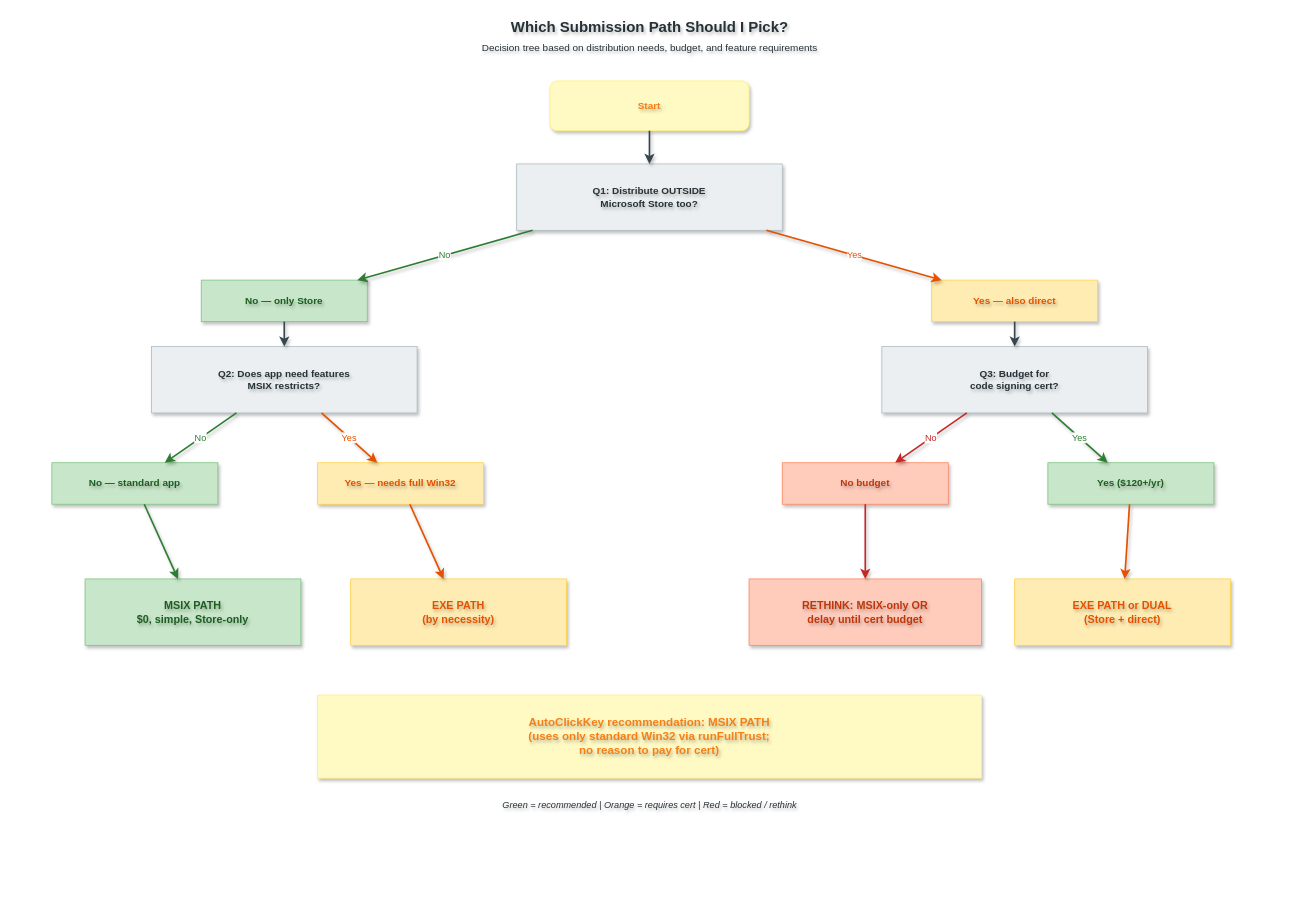
Earlier version of the draw.io diagram 2-generated/04-decision-tree.drawio (MrParkerZ7/document-microsoft-store-workflow). Source tidied: cells renumbered, new cells numbered last; positions are measured from the earlier drawing's top-left corner, leaving out a move shared by most shapes. Both pictures are drawn from the tidied source at 83%, with x=0, y=0 at pixel (18, 14).
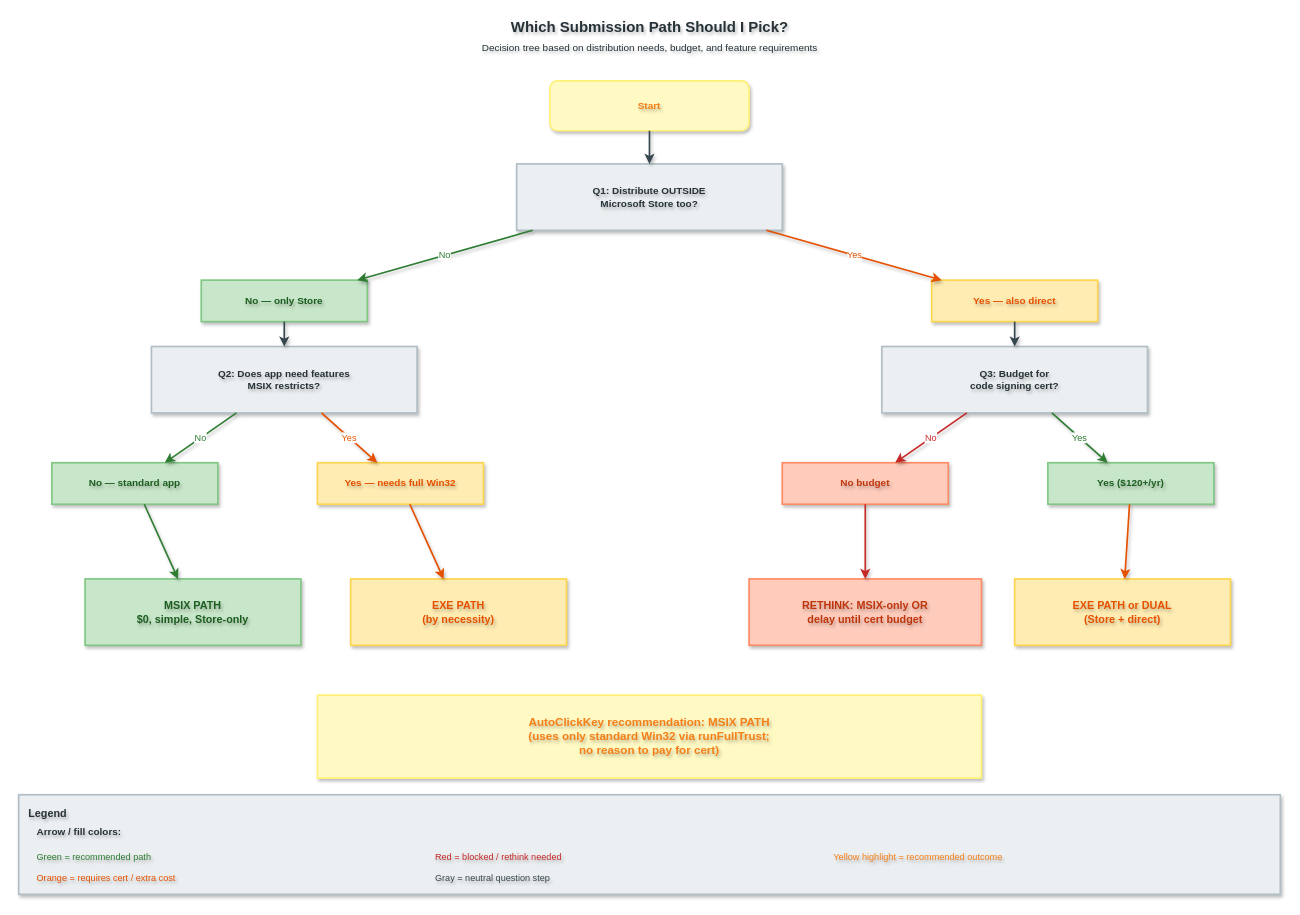
After the change.

Change to the diagram source:
```diff
@@
-    <mxCell id="4" value="Start" style="rounded=1;whiteSpace=wrap;html=1;fillColor=#FFF9C4;strokeColor=#FFF176;fontColor=#F57F17;fontSize=12;fontStyle=1;shadow=1;textShadow=1;align=center;verticalAlign=middle;sketch=0;" parent="1" vertex="1">
+    <mxCell id="4" value="Start" style="rounded=1;whiteSpace=wrap;html=1;fillColor=#FFF9C4;strokeColor=#FFF176;strokeWidth=2;fontColor=#F57F17;fontSize=12;fontStyle=1;shadow=1;textShadow=1;align=center;verticalAlign=middle;sketch=0;" parent="1" vertex="1">
       <mxGeometry x="640" y="80" width="240" height="60" as="geometry" />
     </mxCell>
-    <mxCell id="5" value="Q1: Distribute OUTSIDE&#10;Microsoft Store too?" style="rounded=0;whiteSpace=wrap;html=1;fillColor=#ECEFF1;strokeColor=#B0BEC5;fontColor=#263238;fontSize=12;fontStyle=1;shadow=1;textShadow=1;align=center;verticalAlign=middle;sketch=0;" parent="1" vertex="1">
+    <mxCell id="5" value="Q1: Distribute OUTSIDE&#10;Microsoft Store too?" style="rounded=0;whiteSpace=wrap;html=1;fillColor=#ECEFF1;strokeColor=#B0BEC5;strokeWidth=2;fontColor=#263238;fontSize=12;fontStyle=1;shadow=1;textShadow=1;align=center;verticalAlign=middle;sketch=0;" parent="1" vertex="1">
       <mxGeometry x="600" y="180" width="320" height="80" as="geometry" />
     </mxCell>
-    <mxCell id="6" value="No — only Store" style="rounded=0;whiteSpace=wrap;html=1;fillColor=#C8E6C9;strokeColor=#81C784;fontColor=#1B5E20;fontSize=12;fontStyle=1;shadow=1;textShadow=1;align=center;verticalAlign=middle;sketch=0;" parent="1" vertex="1">
+    <mxCell id="6" value="No — only Store" style="rounded=0;whiteSpace=wrap;html=1;fillColor=#C8E6C9;strokeColor=#81C784;strokeWidth=2;fontColor=#1B5E20;fontSize=12;fontStyle=1;shadow=1;textShadow=1;align=center;verticalAlign=middle;sketch=0;" parent="1" vertex="1">
       <mxGeometry x="220" y="320" width="200" height="50" as="geometry" />
     </mxCell>
-    <mxCell id="7" value="Yes — also direct" style="rounded=0;whiteSpace=wrap;html=1;fillColor=#FFECB3;strokeColor=#FFD54F;fontColor=#E65100;fontSize=12;fontStyle=1;shadow=1;textShadow=1;align=center;verticalAlign=middle;sketch=0;" parent="1" vertex="1">
+    <mxCell id="7" value="Yes — also direct" style="rounded=0;whiteSpace=wrap;html=1;fillColor=#FFECB3;strokeColor=#FFD54F;strokeWidth=2;fontColor=#E65100;fontSize=12;fontStyle=1;shadow=1;textShadow=1;align=center;verticalAlign=middle;sketch=0;" parent="1" vertex="1">
       <mxGeometry x="1100" y="320" width="200" height="50" as="geometry" />
     </mxCell>
-    <mxCell id="8" value="Q2: Does app need features&#10;MSIX restricts?" style="rounded=0;whiteSpace=wrap;html=1;fillColor=#ECEFF1;strokeColor=#B0BEC5;fontColor=#263238;fontSize=12;fontStyle=1;shadow=1;textShadow=1;align=center;verticalAlign=middle;sketch=0;" parent="1" vertex="1">
+    <mxCell id="8" value="Q2: Does app need features&#10;MSIX restricts?" style="rounded=0;whiteSpace=wrap;html=1;fillColor=#ECEFF1;strokeColor=#B0BEC5;strokeWidth=2;fontColor=#263238;fontSize=12;fontStyle=1;shadow=1;textShadow=1;align=center;verticalAlign=middle;sketch=0;" parent="1" vertex="1">
       <mxGeometry x="160" y="400" width="320" height="80" as="geometry" />
     </mxCell>
-    <mxCell id="9" value="No — standard app" style="rounded=0;whiteSpace=wrap;html=1;fillColor=#C8E6C9;strokeColor=#81C784;fontColor=#1B5E20;fontSize=12;fontStyle=1;shadow=1;textShadow=1;align=center;verticalAlign=middle;sketch=0;" parent="1" vertex="1">
+    <mxCell id="9" value="No — standard app" style="rounded=0;whiteSpace=wrap;html=1;fillColor=#C8E6C9;strokeColor=#81C784;strokeWidth=2;fontColor=#1B5E20;fontSize=12;fontStyle=1;shadow=1;textShadow=1;align=center;verticalAlign=middle;sketch=0;" parent="1" vertex="1">
       <mxGeometry x="40" y="540" width="200" height="50" as="geometry" />
     </mxCell>
-    <mxCell id="10" value="Yes — needs full Win32" style="rounded=0;whiteSpace=wrap;html=1;fillColor=#FFECB3;strokeColor=#FFD54F;fontColor=#E65100;fontSize=12;fontStyle=1;shadow=1;textShadow=1;align=center;verticalAlign=middle;sketch=0;" parent="1" vertex="1">
+    <mxCell id="10" value="Yes — needs full Win32" style="rounded=0;whiteSpace=wrap;html=1;fillColor=#FFECB3;strokeColor=#FFD54F;strokeWidth=2;fontColor=#E65100;fontSize=12;fontStyle=1;shadow=1;textShadow=1;align=center;verticalAlign=middle;sketch=0;" parent="1" vertex="1">
       <mxGeometry x="360" y="540" width="200" height="50" as="geometry" />
     </mxCell>
-    <mxCell id="11" value="Q3: Budget for&#10;code signing cert?" style="rounded=0;whiteSpace=wrap;html=1;fillColor=#ECEFF1;strokeColor=#B0BEC5;fontColor=#263238;fontSize=12;fontStyle=1;shadow=1;textShadow=1;align=center;verticalAlign=middle;sketch=0;" parent="1" vertex="1">
+    <mxCell id="11" value="Q3: Budget for&#10;code signing cert?" style="rounded=0;whiteSpace=wrap;html=1;fillColor=#ECEFF1;strokeColor=#B0BEC5;strokeWidth=2;fontColor=#263238;fontSize=12;fontStyle=1;shadow=1;textShadow=1;align=center;verticalAlign=middle;sketch=0;" parent="1" vertex="1">
       <mxGeometry x="1040" y="400" width="320" height="80" as="geometry" />
     </mxCell>
-    <mxCell id="12" value="No budget" style="rounded=0;whiteSpace=wrap;html=1;fillColor=#FFCCBC;strokeColor=#FF8A65;fontColor=#BF360C;fontSize=12;fontStyle=1;shadow=1;textShadow=1;align=center;verticalAlign=middle;sketch=0;" parent="1" vertex="1">
+    <mxCell id="12" value="No budget" style="rounded=0;whiteSpace=wrap;html=1;fillColor=#FFCCBC;strokeColor=#FF8A65;strokeWidth=2;fontColor=#BF360C;fontSize=12;fontStyle=1;shadow=1;textShadow=1;align=center;verticalAlign=middle;sketch=0;" parent="1" vertex="1">
       <mxGeometry x="920" y="540" width="200" height="50" as="geometry" />
     </mxCell>
-    <mxCell id="13" value="Yes ($120+/yr)" style="rounded=0;whiteSpace=wrap;html=1;fillColor=#C8E6C9;strokeColor=#81C784;fontColor=#1B5E20;fontSize=12;fontStyle=1;shadow=1;textShadow=1;align=center;verticalAlign=middle;sketch=0;" parent="1" vertex="1">
+    <mxCell id="13" value="Yes ($120+/yr)" style="rounded=0;whiteSpace=wrap;html=1;fillColor=#C8E6C9;strokeColor=#81C784;strokeWidth=2;fontColor=#1B5E20;fontSize=12;fontStyle=1;shadow=1;textShadow=1;align=center;verticalAlign=middle;sketch=0;" parent="1" vertex="1">
       <mxGeometry x="1240" y="540" width="200" height="50" as="geometry" />
     </mxCell>
-    <mxCell id="14" value="MSIX PATH&#10;$0, simple, Store-only" style="rounded=0;whiteSpace=wrap;html=1;fillColor=#C8E6C9;strokeColor=#81C784;fontColor=#1B5E20;fontSize=13;fontStyle=1;shadow=1;textShadow=1;align=center;verticalAlign=middle;sketch=0;" parent="1" vertex="1">
+    <mxCell id="14" value="MSIX PATH&#10;$0, simple, Store-only" style="rounded=0;whiteSpace=wrap;html=1;fillColor=#C8E6C9;strokeColor=#81C784;strokeWidth=2;fontColor=#1B5E20;fontSize=13;fontStyle=1;shadow=1;textShadow=1;align=center;verticalAlign=middle;sketch=0;" parent="1" vertex="1">
       <mxGeometry x="80" y="680" width="260" height="80" as="geometry" />
     </mxCell>
-    <mxCell id="15" value="EXE PATH&#10;(by necessity)" style="rounded=0;whiteSpace=wrap;html=1;fillColor=#FFECB3;strokeColor=#FFD54F;fontColor=#E65100;fontSize=13;fontStyle=1;shadow=1;textShadow=1;align=center;verticalAlign=middle;sketch=0;" parent="1" vertex="1">
+    <mxCell id="15" value="EXE PATH&#10;(by necessity)" style="rounded=0;whiteSpace=wrap;html=1;fillColor=#FFECB3;strokeColor=#FFD54F;strokeWidth=2;fontColor=#E65100;fontSize=13;fontStyle=1;shadow=1;textShadow=1;align=center;verticalAlign=middle;sketch=0;" parent="1" vertex="1">
       <mxGeometry x="400" y="680" width="260" height="80" as="geometry" />
     </mxCell>
-    <mxCell id="16" value="RETHINK: MSIX-only OR&#10;delay until cert budget" style="rounded=0;whiteSpace=wrap;html=1;fillColor=#FFCCBC;strokeColor=#FF8A65;fontColor=#BF360C;fontSize=13;fontStyle=1;shadow=1;textShadow=1;align=center;verticalAlign=middle;sketch=0;" parent="1" vertex="1">
+    <mxCell id="16" value="RETHINK: MSIX-only OR&#10;delay until cert budget" style="rounded=0;whiteSpace=wrap;html=1;fillColor=#FFCCBC;strokeColor=#FF8A65;strokeWidth=2;fontColor=#BF360C;fontSize=13;fontStyle=1;shadow=1;textShadow=1;align=center;verticalAlign=middle;sketch=0;" parent="1" vertex="1">
       <mxGeometry x="880" y="680" width="280" height="80" as="geometry" />
     </mxCell>
-    <mxCell id="17" value="EXE PATH or DUAL&#10;(Store + direct)" style="rounded=0;whiteSpace=wrap;html=1;fillColor=#FFECB3;strokeColor=#FFD54F;fontColor=#E65100;fontSize=13;fontStyle=1;shadow=1;textShadow=1;align=center;verticalAlign=middle;sketch=0;" parent="1" vertex="1">
+    <mxCell id="17" value="EXE PATH or DUAL&#10;(Store + direct)" style="rounded=0;whiteSpace=wrap;html=1;fillColor=#FFECB3;strokeColor=#FFD54F;strokeWidth=2;fontColor=#E65100;fontSize=13;fontStyle=1;shadow=1;textShadow=1;align=center;verticalAlign=middle;sketch=0;" parent="1" vertex="1">
       <mxGeometry x="1200" y="680" width="260" height="80" as="geometry" />
     </mxCell>
-    <mxCell id="18" value="AutoClickKey recommendation: MSIX PATH&#10;(uses only standard Win32 via runFullTrust;&#10;no reason to pay for cert)" style="rounded=0;whiteSpace=wrap;html=1;fillColor=#FFF9C4;strokeColor=#FFF176;fontColor=#F57F17;fontSize=14;fontStyle=1;shadow=1;textShadow=1;align=center;verticalAlign=middle;sketch=0;" parent="1" vertex="1">
+    <mxCell id="18" value="AutoClickKey recommendation: MSIX PATH&#10;(uses only standard Win32 via runFullTrust;&#10;no reason to pay for cert)" style="rounded=0;whiteSpace=wrap;html=1;fillColor=#FFF9C4;strokeColor=#FFF176;strokeWidth=2;fontColor=#F57F17;fontSize=14;fontStyle=1;shadow=1;textShadow=1;align=center;verticalAlign=middle;sketch=0;" parent="1" vertex="1">
       <mxGeometry x="360" y="820" width="800" height="100" as="geometry" />
     </mxCell>
@@
-    <mxCell id="32" value="Green = recommended | Orange = requires cert | Red = blocked / rethink" style="text;html=1;align=center;verticalAlign=middle;fontSize=11;fontStyle=2;fontColor=#263238;textShadow=1;" parent="1" vertex="1">
-      <mxGeometry y="940" width="1520" height="25" as="geometry" />
+    <mxCell id="32" value="Legend" style="rounded=0;whiteSpace=wrap;html=1;fillColor=#ECEFF1;strokeColor=#B0BEC5;strokeWidth=2;fontColor=#263238;fontSize=13;fontStyle=1;verticalAlign=top;align=left;spacingLeft=10;spacingTop=8;shadow=1;textShadow=1;dashed=0;sketch=0;" parent="1" vertex="1">
+      <mxGeometry y="940" width="1520" height="120" as="geometry" />
     </mxCell>
+    <mxCell id="33" value="Arrow / fill colors:" style="text;html=1;align=left;verticalAlign=middle;fontSize=12;fontStyle=1;fontColor=#263238;textShadow=1;" parent="1" vertex="1">
+      <mxGeometry x="20" y="975" width="600" height="20" as="geometry" />
+    </mxCell>
+    <mxCell id="34" value="Green = recommended path" style="text;html=1;align=left;verticalAlign=middle;fontSize=11;fontStyle=0;fontColor=#2E7D32;textShadow=1;" parent="1" vertex="1">
+      <mxGeometry x="20" y="1005" width="460" height="20" as="geometry" />
+    </mxCell>
+    <mxCell id="35" value="Orange = requires cert / extra cost" style="text;html=1;align=left;verticalAlign=middle;fontSize=11;fontStyle=0;fontColor=#E65100;textShadow=1;" parent="1" vertex="1">
+      <mxGeometry x="20" y="1030" width="460" height="20" as="geometry" />
+    </mxCell>
+    <mxCell id="36" value="Red = blocked / rethink needed" style="text;html=1;align=left;verticalAlign=middle;fontSize=11;fontStyle=0;fontColor=#C62828;textShadow=1;" parent="1" vertex="1">
+      <mxGeometry x="500" y="1005" width="460" height="20" as="geometry" />
+    </mxCell>
+    <mxCell id="37" value="Gray = neutral question step" style="text;html=1;align=left;verticalAlign=middle;fontSize=11;fontStyle=0;fontColor=#37474F;textShadow=1;" parent="1" vertex="1">
+      <mxGeometry x="500" y="1030" width="460" height="20" as="geometry" />
+    </mxCell>
+    <mxCell id="38" value="Yellow highlight = recommended outcome" style="text;html=1;align=left;verticalAlign=middle;fontSize=11;fontStyle=0;fontColor=#F57F17;textShadow=1;" parent="1" vertex="1">
+      <mxGeometry x="980" y="1005" width="460" height="20" as="geometry" />
+    </mxCell>
```
